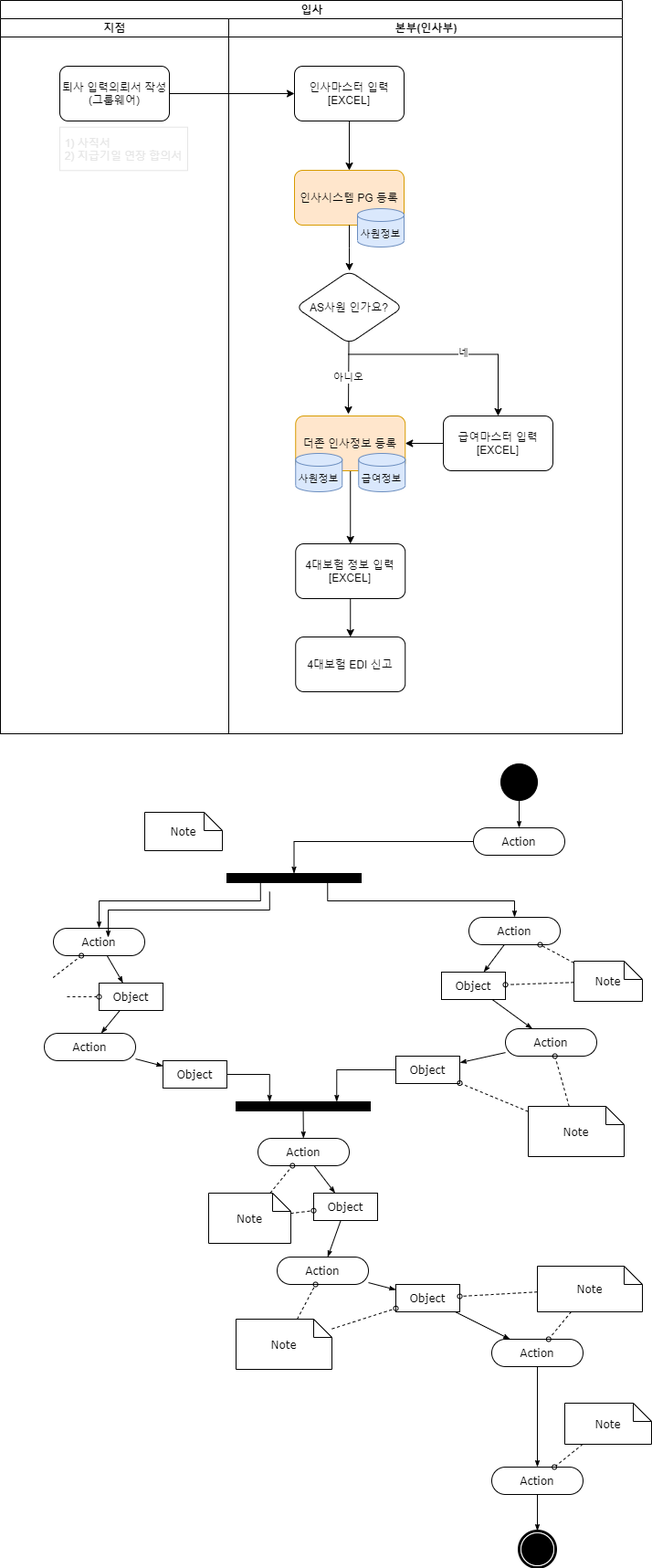
This is Insa_Resignation.drawio의 복사본.png from seunggeunjo/Flow-Chart, a draw.io export, as it was before one commit. Source tidied: cells renumbered, new cells last; positions are measured from the earlier drawing's top-left corner, leaving out a move shared by most shapes.
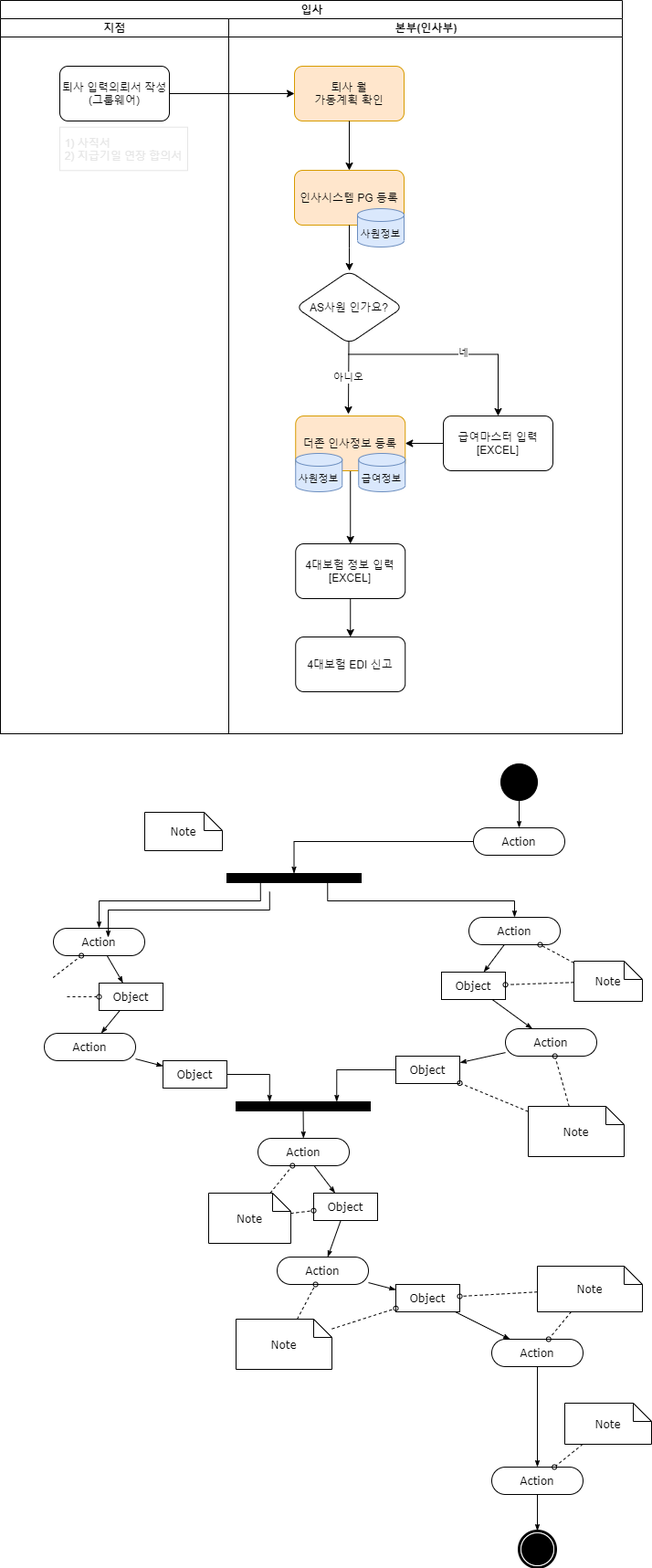
The same file after the commit.

Commit message:
Insa_Resignation.drawio의 복사본.png 업데이트

Diff of the diagram source:
```diff
@@ -17,7 +17,7 @@
     <mxCell id="6" value="본부(인사부)" style="swimlane;html=1;startSize=20;" parent="2" vertex="1">
       <mxGeometry x="250" y="20" width="431" height="783" as="geometry" />
     </mxCell>
-    <mxCell id="7" value="인사마스터 입력&lt;br&gt;[EXCEL]" style="whiteSpace=wrap;html=1;rounded=1;" parent="6" vertex="1">
+    <mxCell id="7" value="퇴사 월&lt;br&gt;가동계획 확인" style="whiteSpace=wrap;html=1;rounded=1;fillColor=#ffe6cc;strokeColor=#d79b00;" parent="6" vertex="1">
       <mxGeometry x="72" y="52" width="120" height="60" as="geometry" />
     </mxCell>
     <mxCell id="8" value="인사시스템 PG 등록" style="whiteSpace=wrap;html=1;rounded=1;fillColor=#ffe6cc;strokeColor=#d79b00;" parent="6" vertex="1">
```
